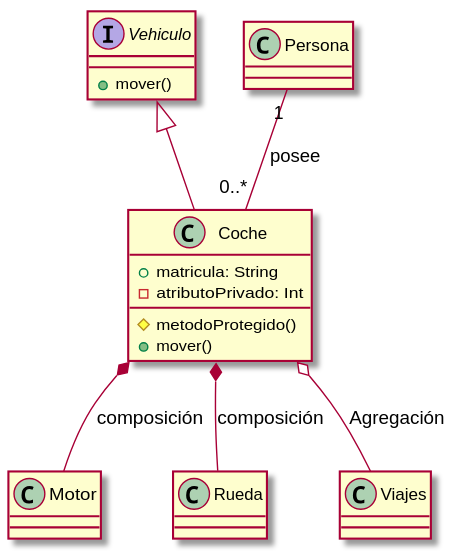
Above: entornos-de-desarrollo/apuntes/6/media/leyenda-clases.svg in alvarogonzalezsotillo/apuntes-clase (PlantUML), before the change. The source it was exported from:
```plantuml
@startuml

interface Vehiculo {
  +mover()
}

class Coche {
  +matricula: String
  -atributoPrivado: Int
  #metodoProtegido()
  +mover()
}

class Motor
class Rueda
class Persona

Vehiculo <|-- Coche

Coche *-- Motor : composición

Coche *-- Rueda : composición

Coche o-- Viajes : Agregación


Persona "1" -- "0..*" Coche : posee


@enduml
```
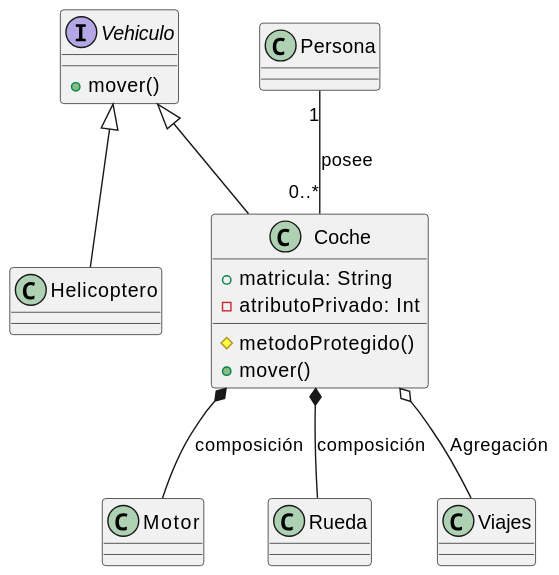
The same diagram one commit later.

Diff of the diagram source:
```diff
@@ -1,7 +1,10 @@
 @startuml
-
 interface Vehiculo {
   +mover()
+}
+
+class Helicoptero{
+
 }
 
 class Coche {
@@ -16,6 +19,7 @@
 class Persona
 
 Vehiculo <|-- Coche
+Vehiculo <|-- Helicoptero
 
 Coche *-- Motor : composición
 
@@ -25,6 +29,4 @@
 
 
 Persona "1" -- "0..*" Coche : posee
-
-
 @enduml
```
